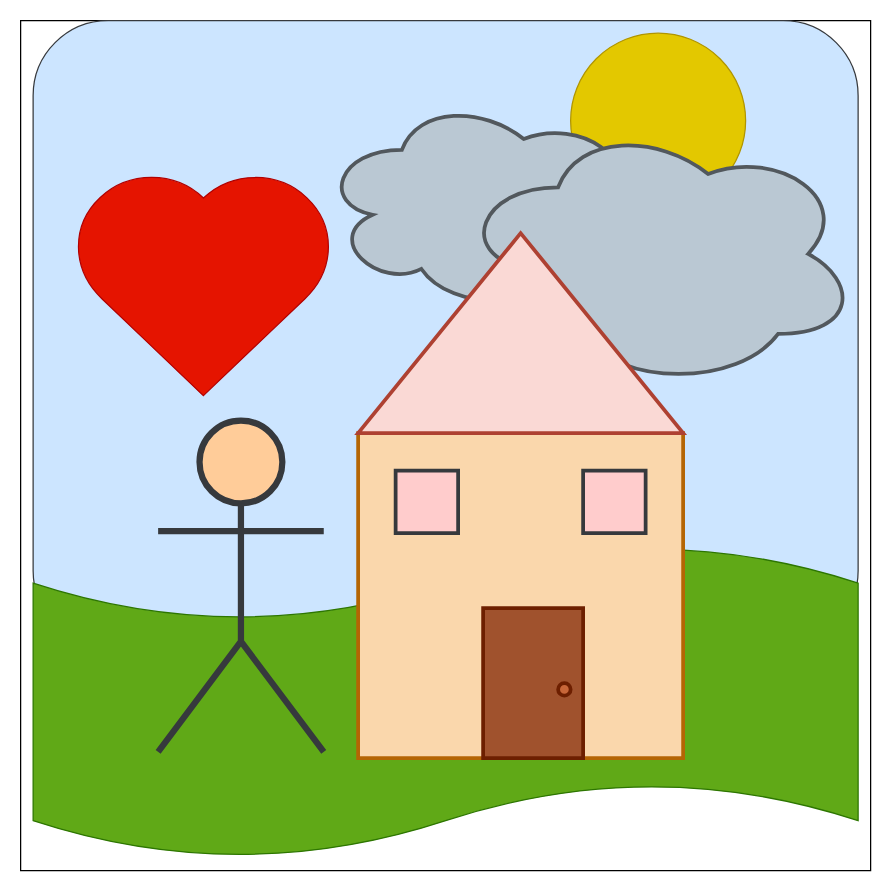
Before: static/logo.drawio in szethh/home-tools, a draw.io diagram. Source tidied: cells renumbered, new cells numbered last; positions are measured from the earlier drawing's top-left corner, leaving out a move shared by most shapes. Both pictures are drawn from the tidied source at 125%, with x=0, y=0 at pixel (20, 20).
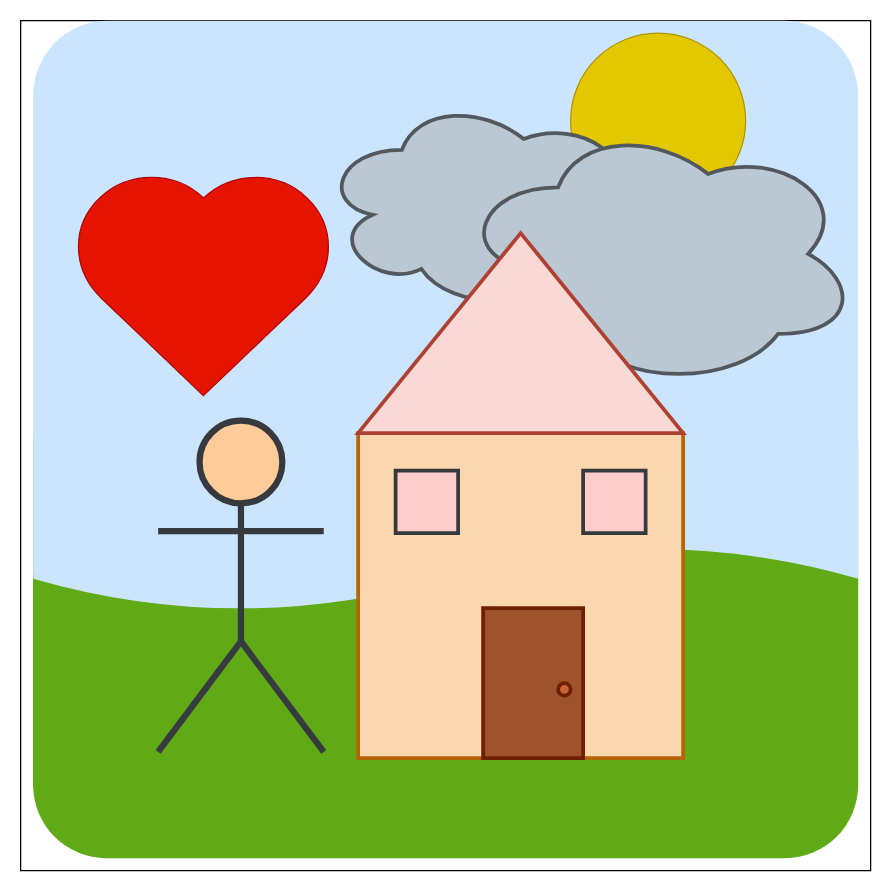
Above is the later version.

Change to the diagram source:
```diff
@@
 <mxGraphModel>
   <root>
     <mxCell id="0" />
     <mxCell id="1" parent="0" />
     <mxCell id="2" style="rounded=0;whiteSpace=wrap;html=1;fillColor=none;" parent="1" vertex="1">
       <mxGeometry width="680" height="680" as="geometry" />
     </mxCell>
+    <mxCell id="17" style="rounded=1;whiteSpace=wrap;html=1;fillColor=#60A917;strokeColor=none;" parent="1" vertex="1">
+      <mxGeometry x="10" y="280" width="660" height="390" as="geometry" />
+    </mxCell>
-    <mxCell id="3" style="rounded=1;whiteSpace=wrap;html=1;fillColor=#cce5ff;strokeColor=#36393d;arcSize=12;" parent="1" vertex="1">
+    <mxCell id="3" style="rounded=1;whiteSpace=wrap;html=1;fillColor=#cce5ff;strokeColor=none;arcSize=12;" parent="1" vertex="1">
       <mxGeometry x="10" width="660" height="500" as="geometry" />
     </mxCell>
+    <mxCell id="8" style="shape=tape;whiteSpace=wrap;html=1;size=0.24;fillColor=#60a917;fontColor=#ffffff;strokeColor=none;" parent="1" vertex="1">
+      <mxGeometry x="10" y="420" width="660" height="220" as="geometry" />
+    </mxCell>
     <mxCell id="4" style="group;" parent="1" vertex="1">
       <mxGeometry x="240" y="10" width="430" height="283.3" as="geometry" />
     </mxCell>
     <mxCell id="5" style="ellipse;whiteSpace=wrap;html=1;fillColor=#e3c800;fontColor=#000000;strokeColor=#B09500;" parent="4" vertex="1">
       <mxGeometry x="200" width="140" height="140" as="geometry" />
     </mxCell>
     <mxCell id="6" style="ellipse;shape=cloud;whiteSpace=wrap;html=1;fillColor=#bac8d3;strokeColor=#52585D;strokeWidth=3;" parent="4" vertex="1">
       <mxGeometry y="50" width="260" height="173.3" as="geometry" />
     </mxCell>
     <mxCell id="7" style="ellipse;shape=cloud;whiteSpace=wrap;html=1;fillColor=#bac8d3;strokeColor=#52585D;strokeWidth=3;" parent="4" vertex="1">
       <mxGeometry x="110" y="70" width="320" height="213.3" as="geometry" />
     </mxCell>
-    <mxCell id="8" style="shape=tape;whiteSpace=wrap;html=1;size=0.24;fillColor=#60a917;fontColor=#ffffff;strokeColor=#2D7600;" parent="1" vertex="1">
-      <mxGeometry x="10" y="420" width="660" height="250" as="geometry" />
-    </mxCell>
     <mxCell id="9" style="whiteSpace=wrap;html=1;strokeWidth=3;fillColor=#fad7ac;strokeColor=#b46504;" parent="1" vertex="1">
       <mxGeometry x="270" y="330" width="260" height="260" as="geometry" />
     </mxCell>
     <mxCell id="10" style="triangle;whiteSpace=wrap;html=1;rotation=-90;fillColor=#fad9d5;strokeColor=#ae4132;strokeWidth=3;" parent="1" vertex="1">
       <mxGeometry x="320" y="120" width="160" height="260" as="geometry" />
     </mxCell>
     <mxCell id="11" style="rounded=0;whiteSpace=wrap;html=1;strokeWidth=3;fillColor=#a0522d;strokeColor=#6D1F00;fontColor=#ffffff;" parent="1" vertex="1">
       <mxGeometry x="370" y="470" width="80" height="120" as="geometry" />
     </mxCell>
     <mxCell id="12" style="whiteSpace=wrap;html=1;strokeWidth=3;fillColor=#ffcccc;strokeColor=#36393d;" parent="1" vertex="1">
       <mxGeometry x="300" y="360" width="50" height="50" as="geometry" />
     </mxCell>
     <mxCell id="13" style="whiteSpace=wrap;html=1;strokeWidth=3;fillColor=#ffcccc;strokeColor=#36393d;" parent="1" vertex="1">
       <mxGeometry x="450" y="360" width="50" height="50" as="geometry" />
     </mxCell>
     <mxCell id="14" style="ellipse;whiteSpace=wrap;html=1;strokeWidth=3;fillColor=#C76638;fontColor=#ffffff;strokeColor=#6D1F00;" parent="1" vertex="1">
       <mxGeometry x="430" y="530" width="10" height="10" as="geometry" />
     </mxCell>
     <mxCell id="15" style="shape=umlActor;verticalLabelPosition=bottom;verticalAlign=top;html=1;strokeWidth=5;fillColor=#ffcc99;strokeColor=#36393d;" parent="1" vertex="1">
       <mxGeometry x="110" y="320" width="132.5" height="265" as="geometry" />
     </mxCell>
     <mxCell id="16" style="verticalLabelPosition=bottom;verticalAlign=top;html=1;shape=mxgraph.basic.heart;fillColor=#e51400;fontColor=#ffffff;strokeColor=#B20000;" parent="1" vertex="1">
       <mxGeometry x="40" y="120" width="212.5" height="180" as="geometry" />
     </mxCell>
   </root>
 </mxGraphModel>
```
